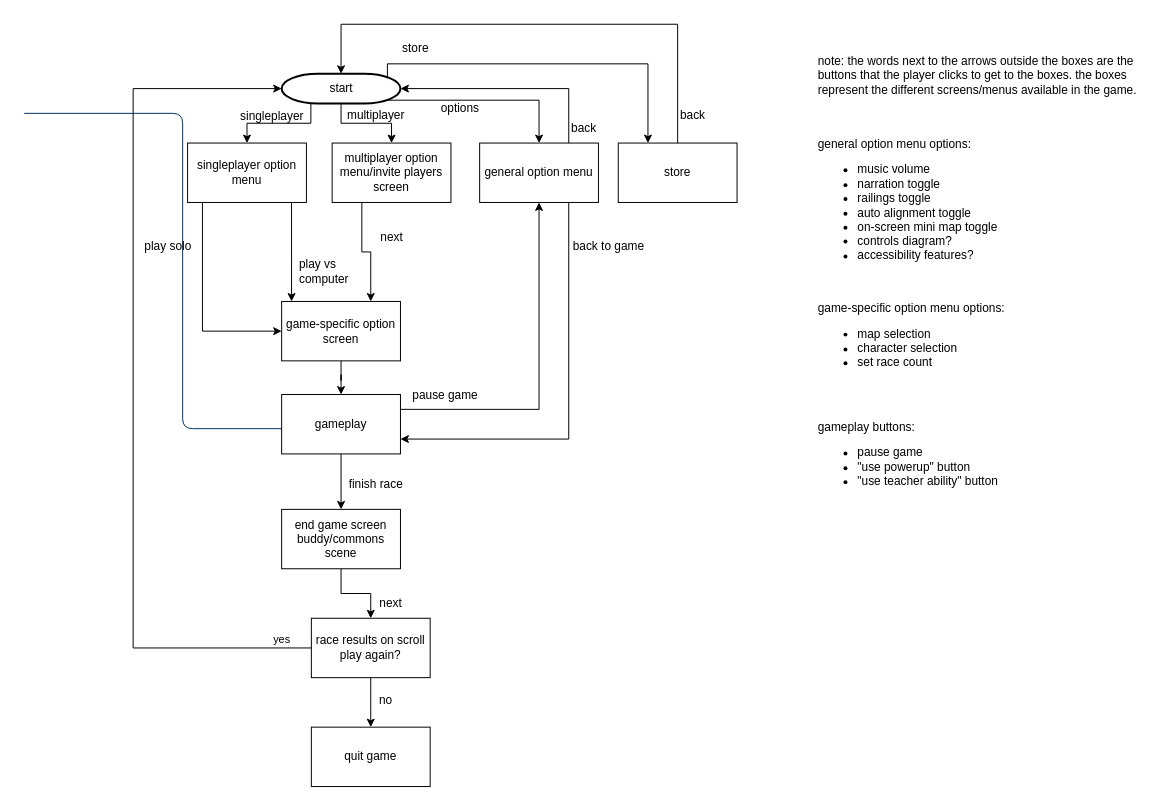
The draw.io diagram documentation/TechSpecs/LayoutUIDesign.drawio in sozalpasan1/HWKartKlash, before the edit. Source tidied: cells renumbered, new cells numbered last; positions are measured from the earlier drawing's top-left corner, leaving out a move shared by most shapes. Both pictures are drawn from the tidied source at 99%, with x=0, y=0 at pixel (24, 24).
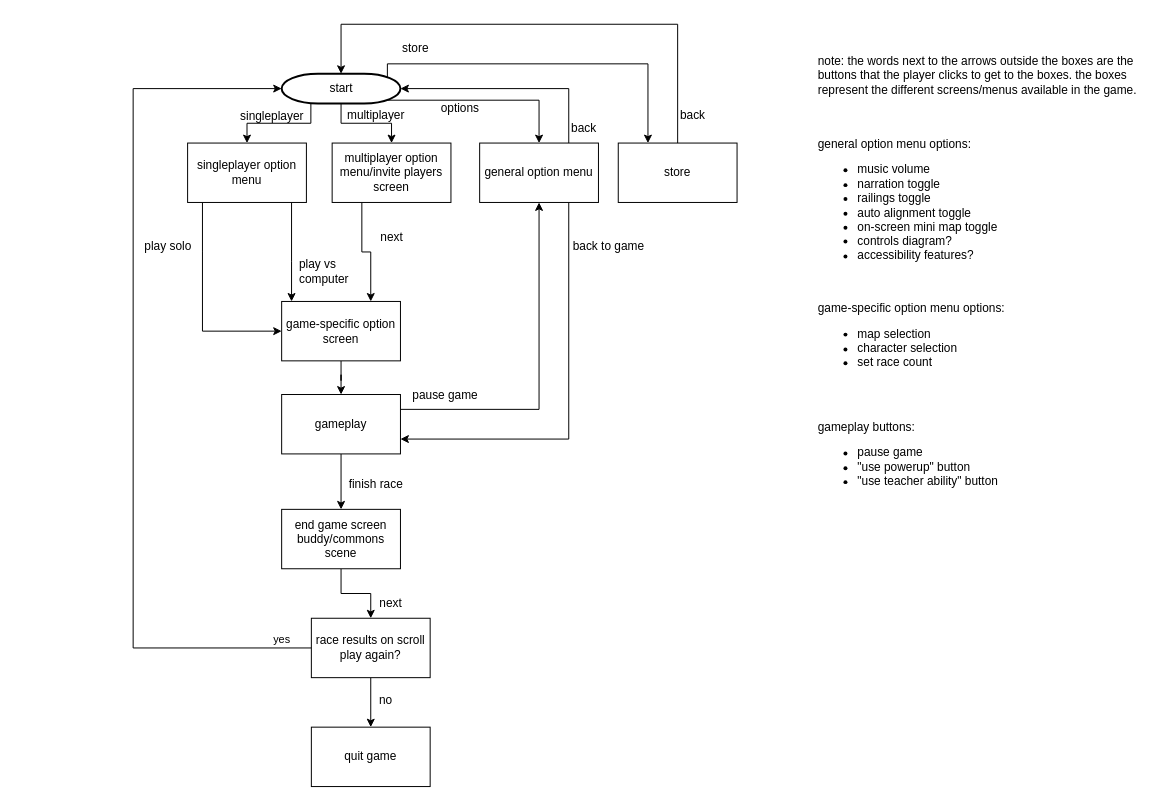
After the change.

The edit, as a diff of the source:
```diff
@@
-    <mxCell id="7" style="edgeStyle=elbowEdgeStyle;elbow=horizontal;exitX=0;exitY=0.5;exitPerimeter=0;entryX=0;entryY=0.5;entryPerimeter=0;fontStyle=1;strokeColor=#003366;strokeWidth=1;html=1;" parent="1" edge="1">
-      <mxGeometry as="geometry">
-        <mxPoint y="90" as="sourcePoint" />
-        <mxPoint x="271" y="408.5" as="targetPoint" />
-        <Array as="points">
-          <mxPoint x="160" y="840" />
-        </Array>
-      </mxGeometry>
-    </mxCell>
```
